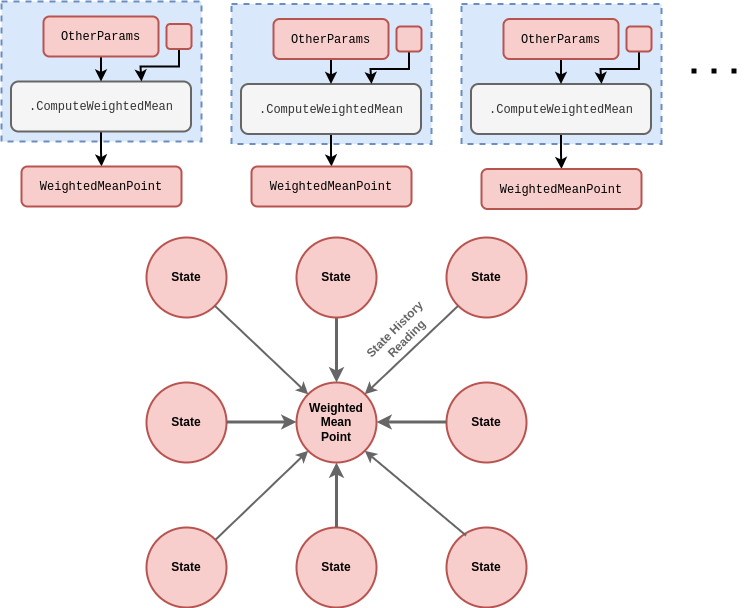
Above: assets/dexetera/dexetera-spatial-state-partition-graph.drawio.png in umbralcalc/umbralcalc.github.io (draw.io), before the change. Source tidied: cells renumbered, new cells last; positions are measured from the earlier drawing's top-left corner, leaving out a move shared by most shapes.
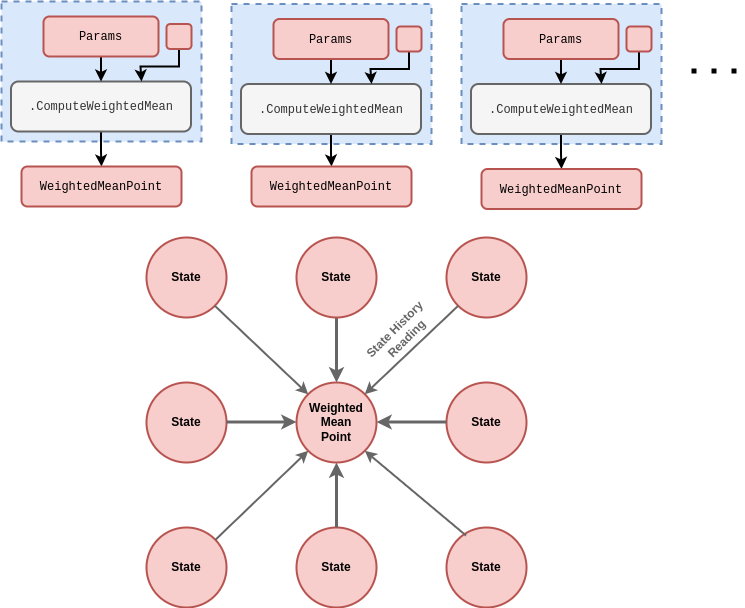
The same diagram one commit later.

What changed in the source:
```diff
@@ -70,7 +70,7 @@
     <mxCell id="19" style="edgeStyle=orthogonalEdgeStyle;rounded=0;jettySize=auto;html=1;entryX=0.5;entryY=0;entryDx=0;entryDy=0;strokeWidth=2;" parent="1" edge="1" source="20" target="17">
       <mxGeometry relative="1" as="geometry" />
     </mxCell>
-    <mxCell id="20" value="&lt;font face=&quot;Courier New&quot;&gt;OtherParams&lt;/font&gt;" style="rounded=1;whiteSpace=wrap;html=1;strokeWidth=2;fillColor=#f8cecc;strokeColor=#b85450;" parent="1" vertex="1">
+    <mxCell id="20" value="&lt;font face=&quot;Courier New&quot;&gt;Params&lt;/font&gt;" style="rounded=1;whiteSpace=wrap;html=1;strokeWidth=2;fillColor=#f8cecc;strokeColor=#b85450;" parent="1" vertex="1">
       <mxGeometry x="42" y="15" width="115" height="40" as="geometry" />
     </mxCell>
     <mxCell id="21" style="edgeStyle=orthogonalEdgeStyle;rounded=0;jettySize=auto;html=1;entryX=0.75;entryY=0;entryDx=0;entryDy=0;strokeWidth=2;" parent="1" edge="1" source="22">
@@ -101,7 +101,7 @@
     <mxCell id="27" style="edgeStyle=orthogonalEdgeStyle;rounded=0;jettySize=auto;html=1;entryX=0.5;entryY=0;entryDx=0;entryDy=0;strokeWidth=2;" parent="1" edge="1" source="28" target="25">
       <mxGeometry relative="1" as="geometry" />
     </mxCell>
-    <mxCell id="28" value="&lt;font face=&quot;Courier New&quot;&gt;OtherParams&lt;/font&gt;" style="rounded=1;whiteSpace=wrap;html=1;strokeWidth=2;fillColor=#f8cecc;strokeColor=#b85450;" parent="1" vertex="1">
+    <mxCell id="28" value="&lt;font face=&quot;Courier New&quot;&gt;Params&lt;/font&gt;" style="rounded=1;whiteSpace=wrap;html=1;strokeWidth=2;fillColor=#f8cecc;strokeColor=#b85450;" parent="1" vertex="1">
       <mxGeometry x="272" y="17.5" width="115" height="40" as="geometry" />
     </mxCell>
     <mxCell id="29" style="edgeStyle=orthogonalEdgeStyle;rounded=0;jettySize=auto;html=1;entryX=0.75;entryY=0;entryDx=0;entryDy=0;strokeWidth=2;" parent="1" edge="1" source="30">
@@ -132,7 +132,7 @@
     <mxCell id="35" style="edgeStyle=orthogonalEdgeStyle;rounded=0;jettySize=auto;html=1;entryX=0.5;entryY=0;entryDx=0;entryDy=0;strokeWidth=2;" parent="1" edge="1" source="36" target="33">
       <mxGeometry relative="1" as="geometry" />
     </mxCell>
-    <mxCell id="36" value="&lt;font face=&quot;Courier New&quot;&gt;OtherParams&lt;/font&gt;" style="rounded=1;whiteSpace=wrap;html=1;strokeWidth=2;fillColor=#f8cecc;strokeColor=#b85450;" parent="1" vertex="1">
+    <mxCell id="36" value="&lt;font face=&quot;Courier New&quot;&gt;Params&lt;/font&gt;" style="rounded=1;whiteSpace=wrap;html=1;strokeWidth=2;fillColor=#f8cecc;strokeColor=#b85450;" parent="1" vertex="1">
       <mxGeometry x="502" y="17.5" width="115" height="40" as="geometry" />
     </mxCell>
     <mxCell id="37" style="edgeStyle=orthogonalEdgeStyle;rounded=0;jettySize=auto;html=1;entryX=0.75;entryY=0;entryDx=0;entryDy=0;strokeWidth=2;" parent="1" edge="1" source="38">
```
